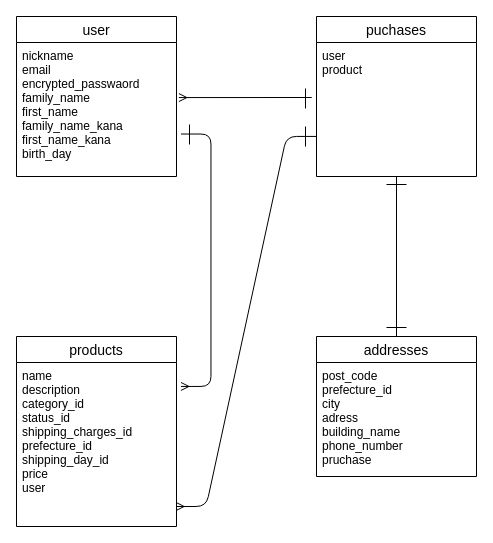
This is firima.dio from Kawase-Ryo/furima-38243, a draw.io file, before an edit. Source tidied: cells renumbered, new cells numbered last; positions are measured from the earlier drawing's top-left corner, leaving out a move shared by most shapes. Both pictures are drawn from the tidied source at 100%, with x=0, y=0 at pixel (16, 16).
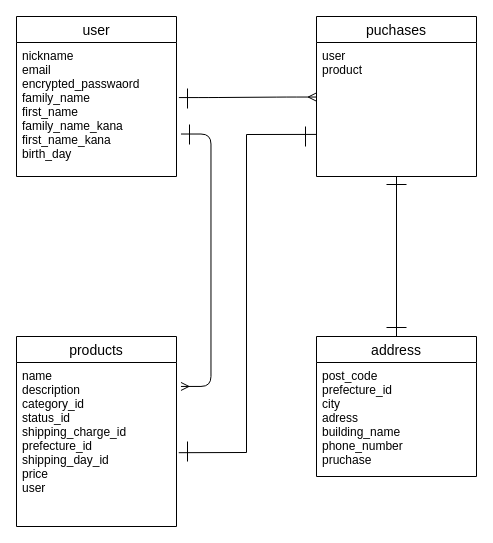
The same diagram, later.

Commit message:
データベース設計-20

The change refers to these unchanged cells:
```xml
<mxCell id="3" value="nickname&#10;email&#10;encrypted_passwaord&#10;family_name&#10;first_name&#10;family_name_kana&#10;first_name_kana&#10;birth_day" style="text;strokeColor=none;fillColor=none;spacingLeft=4;spacingRight=4;overflow=hidden;points=[[0,0.5],[1,0.5]];portConstraint=eastwest;fontSize=12;" parent="2" vertex="1">
  <mxGeometry y="26" width="160" height="134" as="geometry" />
</mxCell>
<mxCell id="5" value="user&#10;product" style="text;strokeColor=none;fillColor=none;spacingLeft=4;spacingRight=4;overflow=hidden;points=[[0,0.5],[1,0.5]];portConstraint=eastwest;fontSize=12;" parent="4" vertex="1">
  <mxGeometry y="26" width="160" height="134" as="geometry" />
</mxCell>
<mxCell id="6" value="products" style="swimlane;fontStyle=0;horizontal=1;startSize=26;align=center;fontSize=14;" parent="1" vertex="1">
  <mxGeometry y="320" width="160" height="190" as="geometry" />
</mxCell>
```

Diff of the diagram source:
```diff
@@
-    <mxCell id="7" value="name&#10;description&#10;category_id&#10;status_id&#10;shipping_charges_id&#10;prefecture_id&#10;shipping_day_id&#10;price&#10;user" style="text;strokeColor=none;fillColor=none;spacingLeft=4;spacingRight=4;overflow=hidden;points=[[0,0.5],[1,0.5]];portConstraint=eastwest;fontSize=12;" parent="6" vertex="1">
+    <mxCell id="7" value="name&#10;description&#10;category_id&#10;status_id&#10;shipping_charge_id&#10;prefecture_id&#10;shipping_day_id&#10;price&#10;user" style="text;strokeColor=none;fillColor=none;spacingLeft=4;spacingRight=4;overflow=hidden;points=[[0,0.5],[1,0.5]];portConstraint=eastwest;fontSize=12;" parent="6" vertex="1">
       <mxGeometry y="26" width="160" height="164" as="geometry" />
     </mxCell>
-    <mxCell id="8" value="addresses" style="swimlane;fontStyle=0;horizontal=1;startSize=26;align=center;fontSize=14;" parent="1" vertex="1">
+    <mxCell id="8" value="address" style="swimlane;fontStyle=0;horizontal=1;startSize=26;align=center;fontSize=14;" parent="1" vertex="1">
       <mxGeometry x="300" y="320" width="160" height="140" as="geometry" />
     </mxCell>
@@
-    <mxCell id="10" style="edgeStyle=entityRelationEdgeStyle;fontSize=12;html=1;endArrow=ERmany;fontColor=none;exitX=0;exitY=0.701;exitDx=0;exitDy=0;exitPerimeter=0;entryX=0.998;entryY=0.878;entryDx=0;entryDy=0;entryPerimeter=0;" parent="1" edge="1" source="5" target="7">
-      <mxGeometry relative="1" as="geometry" />
-    </mxCell>
-    <mxCell id="11" style="edgeStyle=entityRelationEdgeStyle;fontSize=12;html=1;endArrow=ERmany;fontColor=none;entryX=1.015;entryY=0.411;entryDx=0;entryDy=0;entryPerimeter=0;" parent="1" edge="1" target="3">
-      <mxGeometry relative="1" as="geometry">
-        <mxPoint x="270" y="81" as="sourcePoint" />
-      </mxGeometry>
-    </mxCell>
@@
     <mxCell id="15" style="line;strokeWidth=1;dashed=0;labelPosition=right;align=left;verticalAlign=middle;spacingTop=0;spacingLeft=6;fontColor=none;direction=south;" parent="1" vertex="1">
-      <mxGeometry x="284" y="72" width="10" height="20" as="geometry" />
+      <mxGeometry x="166" y="72" width="10" height="20" as="geometry" />
     </mxCell>
@@
+    <mxCell id="11" style="edgeStyle=entityRelationEdgeStyle;fontSize=12;html=1;endArrow=ERmany;fontColor=none;entryX=-0.002;entryY=0.407;entryDx=0;entryDy=0;entryPerimeter=0;exitX=1.015;exitY=0.411;exitDx=0;exitDy=0;exitPerimeter=0;" parent="1" edge="1" source="3" target="5">
+      <mxGeometry relative="1" as="geometry" />
+    </mxCell>
+    <mxCell id="19" style="endArrow=none;html=1;rounded=0;fontColor=none;entryX=0.003;entryY=0.686;entryDx=0;entryDy=0;entryPerimeter=0;exitX=1.014;exitY=0.55;exitDx=0;exitDy=0;exitPerimeter=0;" parent="1" edge="1" source="7" target="5">
+      <mxGeometry relative="1" as="geometry">
+        <Array as="points">
+          <mxPoint x="230" y="436" />
+          <mxPoint x="230" y="118" />
+        </Array>
+      </mxGeometry>
+    </mxCell>
+    <mxCell id="20" style="line;strokeWidth=1;dashed=0;labelPosition=right;align=left;verticalAlign=middle;spacingTop=0;spacingLeft=6;fontColor=none;direction=south;" parent="1" vertex="1">
+      <mxGeometry x="166" y="425" width="10" height="20" as="geometry" />
+    </mxCell>
```
